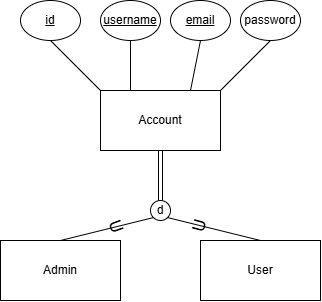
anthef/anthef keeps this draw.io diagram as erd_pkpl.drawio.png. Above is the earlier version. Source tidied: cells renumbered, new cells last; positions are measured from the earlier drawing's top-left corner, leaving out a move shared by most shapes.
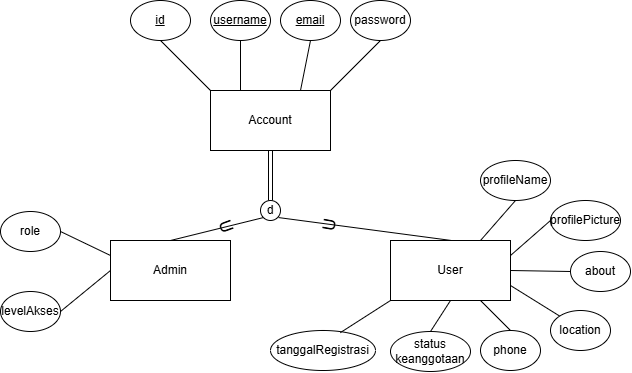
The same file after the commit.

Diff of the diagram source:
```diff
@@ -41,17 +41,74 @@
     <mxCell id="14" value="Admin" style="rounded=0;whiteSpace=wrap;html=1;" parent="1" vertex="1">
       <mxGeometry y="240" width="120" height="60" as="geometry" />
     </mxCell>
+    <mxCell id="19" style="rounded=0;jettySize=auto;html=1;exitX=0.75;exitY=0;exitDx=0;exitDy=0;entryX=0.5;entryY=1;entryDx=0;entryDy=0;endArrow=none;startFill=0;" parent="1" edge="1" source="15" target="29">
+      <mxGeometry relative="1" as="geometry" />
+    </mxCell>
+    <mxCell id="20" style="rounded=0;jettySize=auto;html=1;exitX=1;exitY=0.25;exitDx=0;exitDy=0;entryX=0;entryY=0.5;entryDx=0;entryDy=0;endArrow=none;startFill=0;" parent="1" edge="1" source="15" target="30">
+      <mxGeometry relative="1" as="geometry" />
+    </mxCell>
+    <mxCell id="21" style="rounded=0;jettySize=auto;html=1;exitX=1;exitY=0.5;exitDx=0;exitDy=0;entryX=0;entryY=0.5;entryDx=0;entryDy=0;endArrow=none;startFill=0;" parent="1" edge="1" source="15" target="31">
+      <mxGeometry relative="1" as="geometry" />
+    </mxCell>
+    <mxCell id="22" style="rounded=0;jettySize=auto;html=1;exitX=1;exitY=0.75;exitDx=0;exitDy=0;entryX=0;entryY=0;entryDx=0;entryDy=0;endArrow=none;startFill=0;" parent="1" edge="1" source="15" target="32">
+      <mxGeometry relative="1" as="geometry" />
+    </mxCell>
+    <mxCell id="23" style="rounded=0;jettySize=auto;html=1;exitX=0.75;exitY=1;exitDx=0;exitDy=0;entryX=0.5;entryY=0;entryDx=0;entryDy=0;endArrow=none;startFill=0;" parent="1" edge="1" source="15" target="33">
+      <mxGeometry relative="1" as="geometry" />
+    </mxCell>
+    <mxCell id="24" style="rounded=0;jettySize=auto;html=1;exitX=0.5;exitY=1;exitDx=0;exitDy=0;entryX=0.5;entryY=0;entryDx=0;entryDy=0;endArrow=none;startFill=0;" parent="1" edge="1" source="15" target="34">
+      <mxGeometry relative="1" as="geometry" />
+    </mxCell>
     <mxCell id="15" value="User" style="rounded=0;whiteSpace=wrap;html=1;" parent="1" vertex="1">
-      <mxGeometry x="200" y="240" width="120" height="60" as="geometry" />
+      <mxGeometry x="280" y="240" width="120" height="60" as="geometry" />
     </mxCell>
-    <mxCell id="16" style="rounded=0;jettySize=auto;html=1;exitX=1;exitY=1;exitDx=0;exitDy=0;entryX=0.5;entryY=0;entryDx=0;entryDy=0;endArrow=none;startFill=0;" parent="1" edge="1" source="13" target="15">
-      <mxGeometry relative="1" as="geometry" />
+    <mxCell id="16" style="rounded=0;orthogonalLoop=1;jettySize=auto;html=1;exitX=1;exitY=1;exitDx=0;exitDy=0;entryX=0.5;entryY=0;entryDx=0;entryDy=0;endArrow=none;startFill=0;" parent="1" edge="1">
+      <mxGeometry relative="1" as="geometry">
+        <mxPoint x="168.1" y="217.1" as="sourcePoint" />
+        <mxPoint x="341" y="240" as="targetPoint" />
+      </mxGeometry>
     </mxCell>
     <mxCell id="17" value="U" style="text;html=1;align=center;verticalAlign=middle;strokeColor=none;fillColor=none;rotation=70;fontSize=17;" parent="1" vertex="1">
       <mxGeometry x="95" y="211" width="40" height="30" as="geometry" />
     </mxCell>
-    <mxCell id="18" value="U" style="text;html=1;align=center;verticalAlign=middle;strokeColor=none;fillColor=none;rotation=-75;fontSize=17;" parent="1" vertex="1">
-      <mxGeometry x="180" y="211" width="40" height="30" as="geometry" />
+    <mxCell id="18" value="U" style="text;html=1;align=center;verticalAlign=middle;strokeColor=none;fillColor=none;rotation=-80;fontSize=17;" parent="1" vertex="1">
+      <mxGeometry x="200" y="210" width="40" height="30" as="geometry" />
     </mxCell>
+    <mxCell id="25" style="rounded=0;jettySize=auto;html=1;exitX=1;exitY=0.5;exitDx=0;exitDy=0;entryX=0;entryY=0.25;entryDx=0;entryDy=0;endArrow=none;startFill=0;" parent="1" edge="1" source="26" target="14">
+      <mxGeometry relative="1" as="geometry" />
+    </mxCell>
+    <mxCell id="26" value="role" style="ellipse;whiteSpace=wrap;html=1;" parent="1" vertex="1">
+      <mxGeometry x="-110" y="211" width="60" height="40" as="geometry" />
+    </mxCell>
+    <mxCell id="27" style="rounded=0;jettySize=auto;html=1;exitX=1;exitY=0.5;exitDx=0;exitDy=0;entryX=0;entryY=0.5;entryDx=0;entryDy=0;endArrow=none;startFill=0;" parent="1" edge="1" source="28" target="14">
+      <mxGeometry relative="1" as="geometry" />
+    </mxCell>
+    <mxCell id="28" value="levelAkses" style="ellipse;whiteSpace=wrap;html=1;" parent="1" vertex="1">
+      <mxGeometry x="-110" y="291" width="60" height="40" as="geometry" />
+    </mxCell>
+    <mxCell id="29" value="profileName" style="ellipse;whiteSpace=wrap;html=1;" parent="1" vertex="1">
+      <mxGeometry x="370" y="160" width="70" height="40" as="geometry" />
+    </mxCell>
+    <mxCell id="30" value="profilePicture" style="ellipse;whiteSpace=wrap;html=1;" parent="1" vertex="1">
+      <mxGeometry x="440" y="200" width="70" height="40" as="geometry" />
+    </mxCell>
+    <mxCell id="31" value="about" style="ellipse;whiteSpace=wrap;html=1;" parent="1" vertex="1">
+      <mxGeometry x="460" y="251" width="60" height="40" as="geometry" />
+    </mxCell>
+    <mxCell id="32" value="location" style="ellipse;whiteSpace=wrap;html=1;" parent="1" vertex="1">
+      <mxGeometry x="440" y="310" width="60" height="40" as="geometry" />
+    </mxCell>
+    <mxCell id="33" value="phone" style="ellipse;whiteSpace=wrap;html=1;" parent="1" vertex="1">
+      <mxGeometry x="370" y="330" width="60" height="40" as="geometry" />
+    </mxCell>
+    <mxCell id="34" value="status keanggotaan" style="ellipse;whiteSpace=wrap;html=1;" parent="1" vertex="1">
+      <mxGeometry x="280" y="331" width="80" height="40" as="geometry" />
+    </mxCell>
+    <mxCell id="35" value="tanggalRegistrasi" style="ellipse;whiteSpace=wrap;html=1;" parent="1" vertex="1">
+      <mxGeometry x="160" y="330" width="105" height="40" as="geometry" />
+    </mxCell>
+    <mxCell id="36" style="rounded=0;jettySize=auto;html=1;exitX=0;exitY=1;exitDx=0;exitDy=0;entryX=0.665;entryY=0.054;entryDx=0;entryDy=0;entryPerimeter=0;endArrow=none;startFill=0;" parent="1" edge="1" source="15" target="35">
+      <mxGeometry relative="1" as="geometry" />
+    </mxCell>
   </root>
 </mxGraphModel>
```
